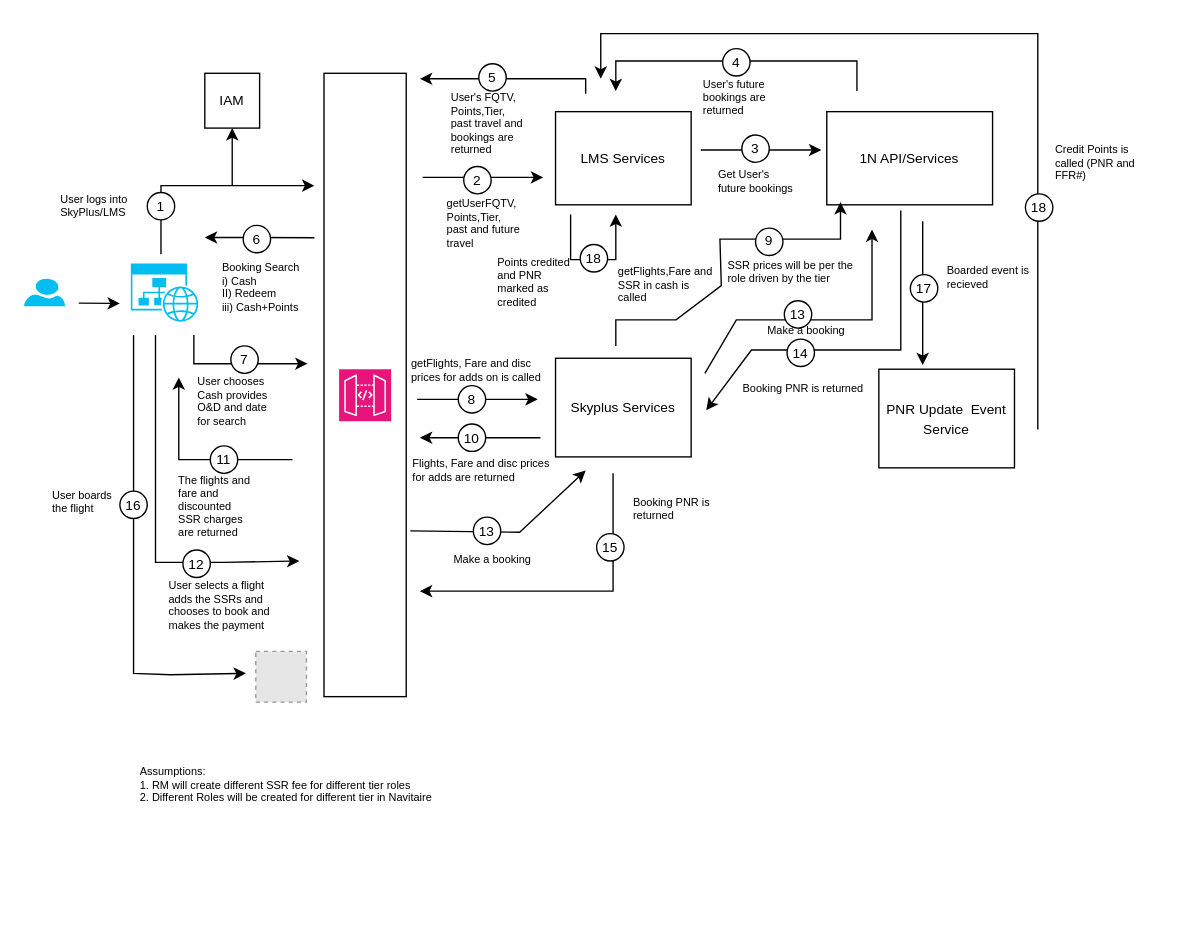
Earlier version of the draw.io diagram page "Page-1" (1 of 3) of Earn LM Data Flow.drawio (nchauhan4/drawings). Source tidied: cells renumbered, new cells numbered last; positions are measured from the earlier drawing's top-left corner, leaving out a move shared by most shapes. Both pictures are drawn from the tidied source at 137%, with x=0, y=0 at pixel (23, 33). Pictures stored in the file or linked from it are replaced by grey dashed boxes.
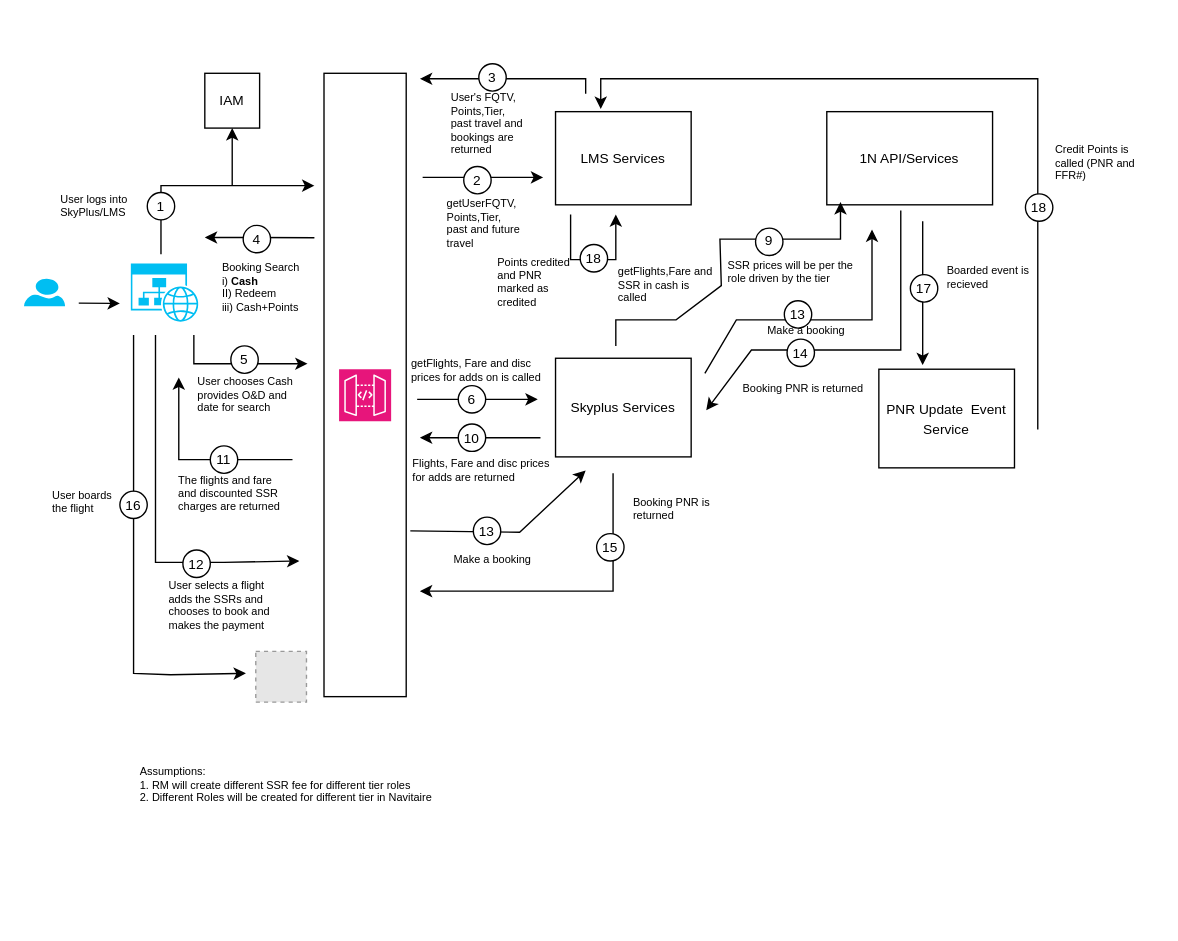
The same page after the edit.

The edit, as a diff of the source:
```diff
@@
-    <mxCell id="8" value="Booking Search&lt;br&gt;i) Cash&lt;br&gt;II) Redeem&lt;br&gt;iii) Cash+Points" style="text;html=1;strokeColor=none;fillColor=none;align=left;verticalAlign=top;whiteSpace=wrap;rounded=0;fontSize=8;" parent="1" vertex="1">
+    <mxCell id="8" value="Booking Search&lt;br&gt;i) &lt;b&gt;Cash&lt;/b&gt;&lt;br&gt;II) Redeem&lt;br&gt;iii) Cash+Points" style="text;html=1;strokeColor=none;fillColor=none;align=left;verticalAlign=top;whiteSpace=wrap;rounded=0;fontSize=8;" parent="1" vertex="1">
       <mxGeometry x="142.5" y="160" width="58.5" height="47" as="geometry" />
     </mxCell>
@@
-    <mxCell id="13" value="&lt;font style=&quot;font-size: 10px;&quot;&gt;6&lt;/font&gt;" style="text;html=1;strokeColor=none;fillColor=none;align=center;verticalAlign=middle;whiteSpace=wrap;rounded=0;" parent="1" vertex="1">
+    <mxCell id="13" value="&lt;font style=&quot;font-size: 10px;&quot;&gt;4&lt;/font&gt;" style="text;html=1;strokeColor=none;fillColor=none;align=center;verticalAlign=middle;whiteSpace=wrap;rounded=0;" parent="1" vertex="1">
       <mxGeometry x="155" y="140" width="30" height="20" as="geometry" />
     </mxCell>
@@
-    <mxCell id="19" value="&lt;font style=&quot;font-size: 10px;&quot;&gt;7&lt;/font&gt;" style="text;html=1;strokeColor=none;fillColor=none;align=center;verticalAlign=middle;whiteSpace=wrap;rounded=0;" parent="1" vertex="1">
+    <mxCell id="19" value="&lt;font style=&quot;font-size: 10px;&quot;&gt;5&lt;/font&gt;" style="text;html=1;strokeColor=none;fillColor=none;align=center;verticalAlign=middle;whiteSpace=wrap;rounded=0;" parent="1" vertex="1">
       <mxGeometry x="146" y="228" width="30" height="20" as="geometry" />
     </mxCell>
     <mxCell id="20" value="User chooses Cash provides O&amp;amp;D and date for search" style="text;html=1;strokeColor=none;fillColor=none;align=left;verticalAlign=top;whiteSpace=wrap;rounded=0;fontSize=8;" parent="1" vertex="1">
-      <mxGeometry x="124.5" y="242.5" width="58.5" height="38.5" as="geometry" />
+      <mxGeometry x="124.5" y="242.5" width="76.5" height="38.5" as="geometry" />
     </mxCell>
@@
-    <mxCell id="31" value="&lt;font style=&quot;font-size: 10px;&quot;&gt;8&lt;/font&gt;" style="text;html=1;strokeColor=none;fillColor=none;align=center;verticalAlign=middle;whiteSpace=wrap;rounded=0;" parent="1" vertex="1">
+    <mxCell id="31" value="&lt;font style=&quot;font-size: 10px;&quot;&gt;6&lt;/font&gt;" style="text;html=1;strokeColor=none;fillColor=none;align=center;verticalAlign=middle;whiteSpace=wrap;rounded=0;" parent="1" vertex="1">
       <mxGeometry x="312" y="257" width="30" height="20" as="geometry" />
     </mxCell>
@@
-    <mxCell id="33" style="endArrow=classic;html=1;rounded=0;" parent="1" edge="1">
-      <mxGeometry relative="1" as="geometry">
-        <mxPoint x="494" y="85" as="sourcePoint" />
-        <mxPoint x="582" y="85" as="targetPoint" />
-      </mxGeometry>
-    </mxCell>
-    <mxCell id="34" style="ellipse;whiteSpace=wrap;html=1;" parent="1" vertex="1">
-      <mxGeometry x="524" y="74" width="20" height="20" as="geometry" />
-    </mxCell>
-    <mxCell id="35" value="&lt;font style=&quot;font-size: 10px;&quot;&gt;3&lt;/font&gt;" style="text;html=1;strokeColor=none;fillColor=none;align=center;verticalAlign=middle;whiteSpace=wrap;rounded=0;" parent="1" vertex="1">
-      <mxGeometry x="519" y="74" width="30" height="20" as="geometry" />
-    </mxCell>
-    <mxCell id="36" value="Get User's future bookings&amp;nbsp;" style="text;html=1;strokeColor=none;fillColor=none;align=left;verticalAlign=top;whiteSpace=wrap;rounded=0;fontSize=8;" parent="1" vertex="1">
-      <mxGeometry x="504.8" y="92" width="58.5" height="33" as="geometry" />
-    </mxCell>
@@
-    <mxCell id="41" style="endArrow=classic;html=1;rounded=0;" parent="1" edge="1">
-      <mxGeometry relative="1" as="geometry">
-        <mxPoint x="608" y="42" as="sourcePoint" />
-        <mxPoint x="432" y="42" as="targetPoint" />
-        <Array as="points">
-          <mxPoint x="608" y="20" />
-          <mxPoint x="520" y="20" />
-          <mxPoint x="432" y="20" />
-        </Array>
-      </mxGeometry>
-    </mxCell>
-    <mxCell id="42" style="ellipse;whiteSpace=wrap;html=1;" parent="1" vertex="1">
-      <mxGeometry x="510" y="11" width="20" height="20" as="geometry" />
-    </mxCell>
-    <mxCell id="43" value="&lt;font style=&quot;font-size: 10px;&quot;&gt;4&lt;/font&gt;" style="text;html=1;strokeColor=none;fillColor=none;align=center;verticalAlign=middle;whiteSpace=wrap;rounded=0;" parent="1" vertex="1">
-      <mxGeometry x="505" y="11" width="30" height="20" as="geometry" />
-    </mxCell>
-    <mxCell id="44" value="User's future bookings are returned" style="text;html=1;strokeColor=none;fillColor=none;align=left;verticalAlign=top;whiteSpace=wrap;rounded=0;fontSize=8;" parent="1" vertex="1">
-      <mxGeometry x="493.8" y="26" width="58.5" height="33" as="geometry" />
-    </mxCell>
@@
-    <mxCell id="54" value="&lt;font style=&quot;font-size: 10px;&quot;&gt;5&lt;/font&gt;" style="text;html=1;strokeColor=none;fillColor=none;align=center;verticalAlign=middle;whiteSpace=wrap;rounded=0;" parent="1" vertex="1">
+    <mxCell id="54" value="&lt;font style=&quot;font-size: 10px;&quot;&gt;3&lt;/font&gt;" style="text;html=1;strokeColor=none;fillColor=none;align=center;verticalAlign=middle;whiteSpace=wrap;rounded=0;" parent="1" vertex="1">
       <mxGeometry x="327" y="22" width="30" height="20" as="geometry" />
     </mxCell>
@@
     <mxCell id="56" value="The flights and fare and discounted SSR charges are returned" style="text;html=1;strokeColor=none;fillColor=none;align=left;verticalAlign=top;whiteSpace=wrap;rounded=0;fontSize=8;" parent="1" vertex="1">
-      <mxGeometry x="110.8" y="315" width="58.5" height="33" as="geometry" />
+      <mxGeometry x="110.8" y="315" width="79.2" height="33" as="geometry" />
     </mxCell>
@@
     <mxCell id="88" style="endArrow=classic;html=1;rounded=0;" parent="1" edge="1">
       <mxGeometry relative="1" as="geometry">
         <mxPoint x="740" y="289" as="sourcePoint" />
-        <mxPoint x="421" y="33" as="targetPoint" />
+        <mxPoint x="421" y="55" as="targetPoint" />
         <Array as="points">
-          <mxPoint x="740" />
-          <mxPoint x="421" />
+          <mxPoint x="740" y="33" />
+          <mxPoint x="586" y="33" />
+          <mxPoint x="421" y="33" />
         </Array>
       </mxGeometry>
     </mxCell>
```
